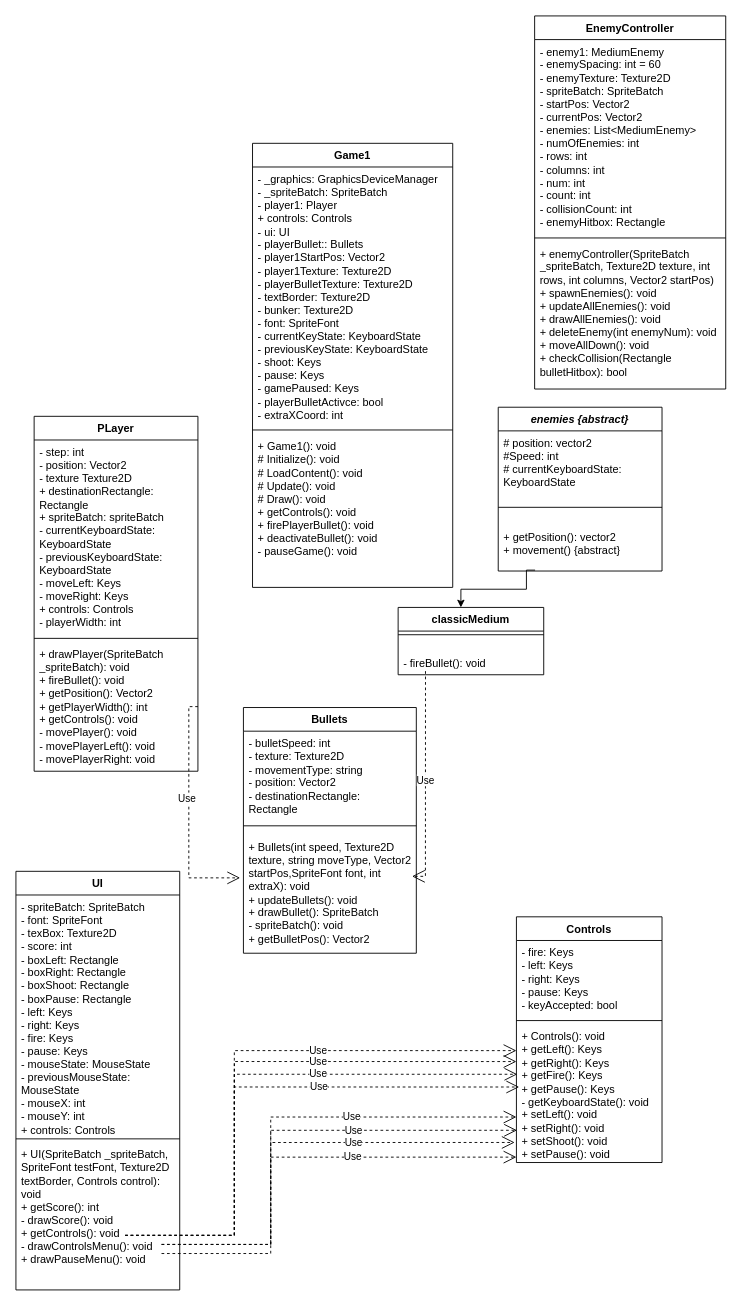
Earlier version of the draw.io diagram draw.io diagrams/classDiagrams.drawio (Ferogreywolf7/Alien-Attack). Source tidied: cells renumbered, new cells numbered last; positions are measured from the earlier drawing's top-left corner, leaving out a move shared by most shapes. Both pictures are drawn from the tidied source at 91%, with x=0, y=0 at pixel (15, 15).
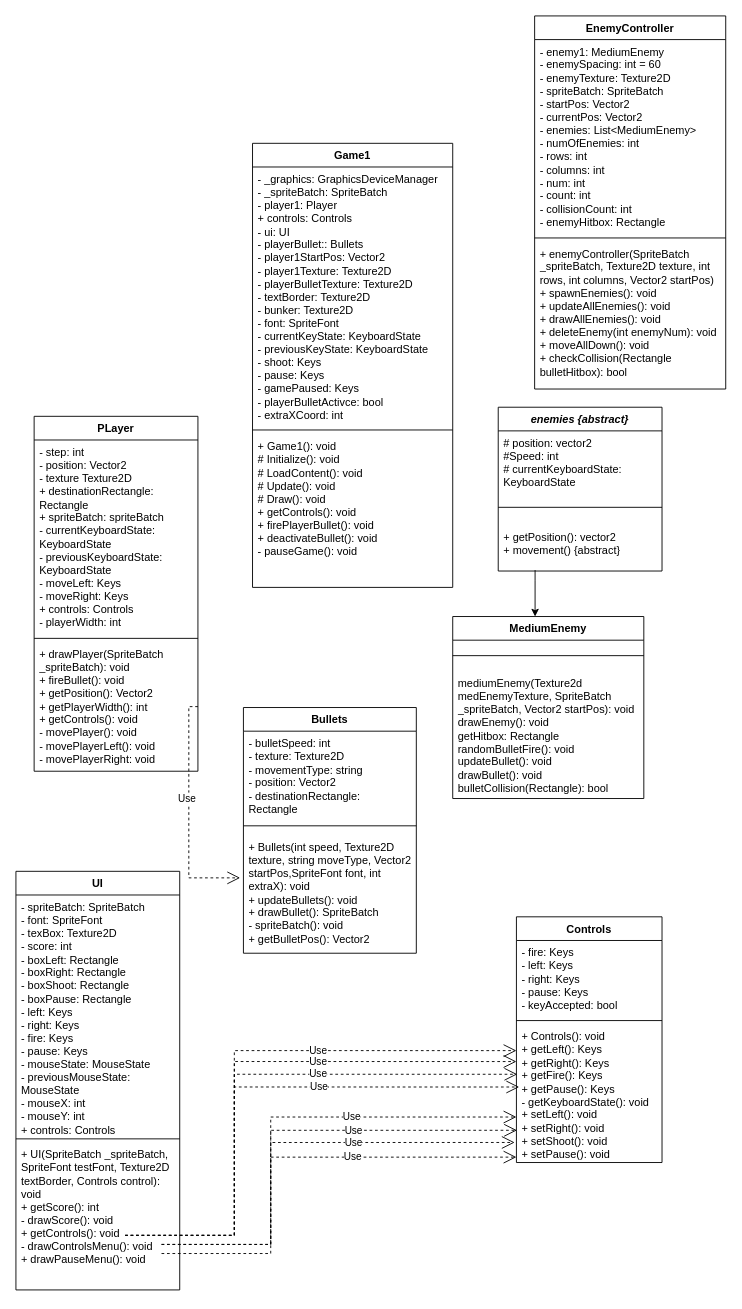
The same page after the edit.

Commit message:
Added mediumEnemy class

The change refers to these unchanged cells:
```xml
<mxCell id="9" value="+ getPosition(): vector2&lt;div&gt;+ movement() {abstract}&lt;/div&gt;" style="text;strokeColor=none;fillColor=none;align=left;verticalAlign=top;spacingLeft=4;spacingRight=4;overflow=hidden;points=[[0,0.5],[1,0.5]];portConstraint=eastwest;whiteSpace=wrap;html=1;" parent="6" vertex="1">
  <mxGeometry y="130" width="180" height="50" as="geometry" />
</mxCell>
<mxCell id="24" value="&lt;div&gt;+ Bullets(int speed, Texture2D texture, string moveType, Vector2 startPos,SpriteFont font, int extraX): void&lt;/div&gt;&lt;div&gt;+ updateBullets(): void&lt;br&gt;&lt;/div&gt;&lt;div&gt;+ drawBullet(): SpriteBatch&amp;nbsp;&lt;/div&gt;&lt;div&gt;- spriteBatch(): void&lt;/div&gt;&lt;div&gt;+ getBulletPos(): Vector2&lt;br&gt;&lt;/div&gt;" style="text;strokeColor=none;fillColor=none;align=left;verticalAlign=top;spacingLeft=4;spacingRight=4;overflow=hidden;points=[[0,0.5],[1,0.5]];portConstraint=eastwest;whiteSpace=wrap;html=1;" parent="21" vertex="1">
  <mxGeometry y="140" width="190" height="130" as="geometry" />
</mxCell>
```

Diff of the diagram source:
```diff
@@
     <mxCell id="2" style="endArrow=classic;html=1;rounded=0;exitX=0.225;exitY=0.98;exitDx=0;exitDy=0;exitPerimeter=0;entryX=0.431;entryY=0;entryDx=0;entryDy=0;entryPerimeter=0;edgeStyle=orthogonalEdgeStyle;" parent="1" edge="1" source="9" target="3">
       <mxGeometry relative="1" as="geometry">
         <Array as="points">
-          <mxPoint x="561" y="609" />
-          <mxPoint x="561" y="630" />
-          <mxPoint x="489" y="630" />
+          <mxPoint x="571" y="620" />
+          <mxPoint x="571" y="620" />
         </Array>
       </mxGeometry>
     </mxCell>
-    <mxCell id="3" value="classicMedium" style="swimlane;fontStyle=1;align=center;verticalAlign=top;horizontal=1;startSize=26;whiteSpace=wrap;html=1;" parent="1" vertex="1">
-      <mxGeometry x="420" y="650" width="160" height="74" as="geometry" />
+    <mxCell id="3" value="MediumEnemy" style="swimlane;fontStyle=1;align=center;verticalAlign=top;horizontal=1;startSize=26;whiteSpace=wrap;html=1;" parent="1" vertex="1">
+      <mxGeometry x="480" y="660" width="210" height="200" as="geometry" />
     </mxCell>
     <mxCell id="4" style="line;strokeWidth=1;fillColor=none;align=left;verticalAlign=middle;spacingTop=-1;spacingLeft=3;spacingRight=3;labelPosition=right;strokeColor=inherit;" parent="3" vertex="1">
-      <mxGeometry y="26" width="160" height="8" as="geometry" />
+      <mxGeometry y="26" width="210" height="34" as="geometry" />
     </mxCell>
-    <mxCell id="5" value="&lt;div&gt;&lt;br&gt;&lt;/div&gt;&lt;div&gt;- fireBullet(): void&lt;br&gt;&lt;/div&gt;" style="text;strokeColor=none;fillColor=none;align=left;verticalAlign=top;spacingLeft=4;spacingRight=4;overflow=hidden;points=[[0,0.5],[1,0.5]];portConstraint=eastwest;whiteSpace=wrap;html=1;" parent="3" vertex="1">
-      <mxGeometry y="34" width="160" height="40" as="geometry" />
+    <mxCell id="5" value="&lt;div&gt;mediumEnemy(Texture2d medEnemyTexture, SpriteBatch _spriteBatch, Vector2 startPos): void&lt;br&gt;&lt;/div&gt;&lt;div&gt;drawEnemy(): void&lt;/div&gt;&lt;div&gt;getHitbox: Rectangle&lt;/div&gt;&lt;div&gt;randomBulletFire(): void&lt;/div&gt;&lt;div&gt;updateBullet(): void&lt;/div&gt;&lt;div&gt;drawBullet(): void&lt;/div&gt;&lt;div&gt;bulletCollision(Rectangle): bool&lt;br&gt;&lt;/div&gt;" style="text;strokeColor=none;fillColor=none;align=left;verticalAlign=top;spacingLeft=4;spacingRight=4;overflow=hidden;points=[[0,0.5],[1,0.5]];portConstraint=eastwest;whiteSpace=wrap;html=1;" parent="3" vertex="1">
+      <mxGeometry y="60" width="210" height="140" as="geometry" />
     </mxCell>
@@
-    <mxCell id="26" value="Use" style="endArrow=open;endSize=12;dashed=1;html=1;rounded=0;edgeStyle=elbowEdgeStyle;entryX=0.975;entryY=0.35;entryDx=0;entryDy=0;entryPerimeter=0;exitX=0.188;exitY=0.9;exitDx=0;exitDy=0;exitPerimeter=0;" parent="1" edge="1" source="5" target="24">
-      <mxGeometry relative="1" as="geometry">
-        <Array as="points">
-          <mxPoint x="450" y="850" />
-        </Array>
-      </mxGeometry>
-    </mxCell>
```
